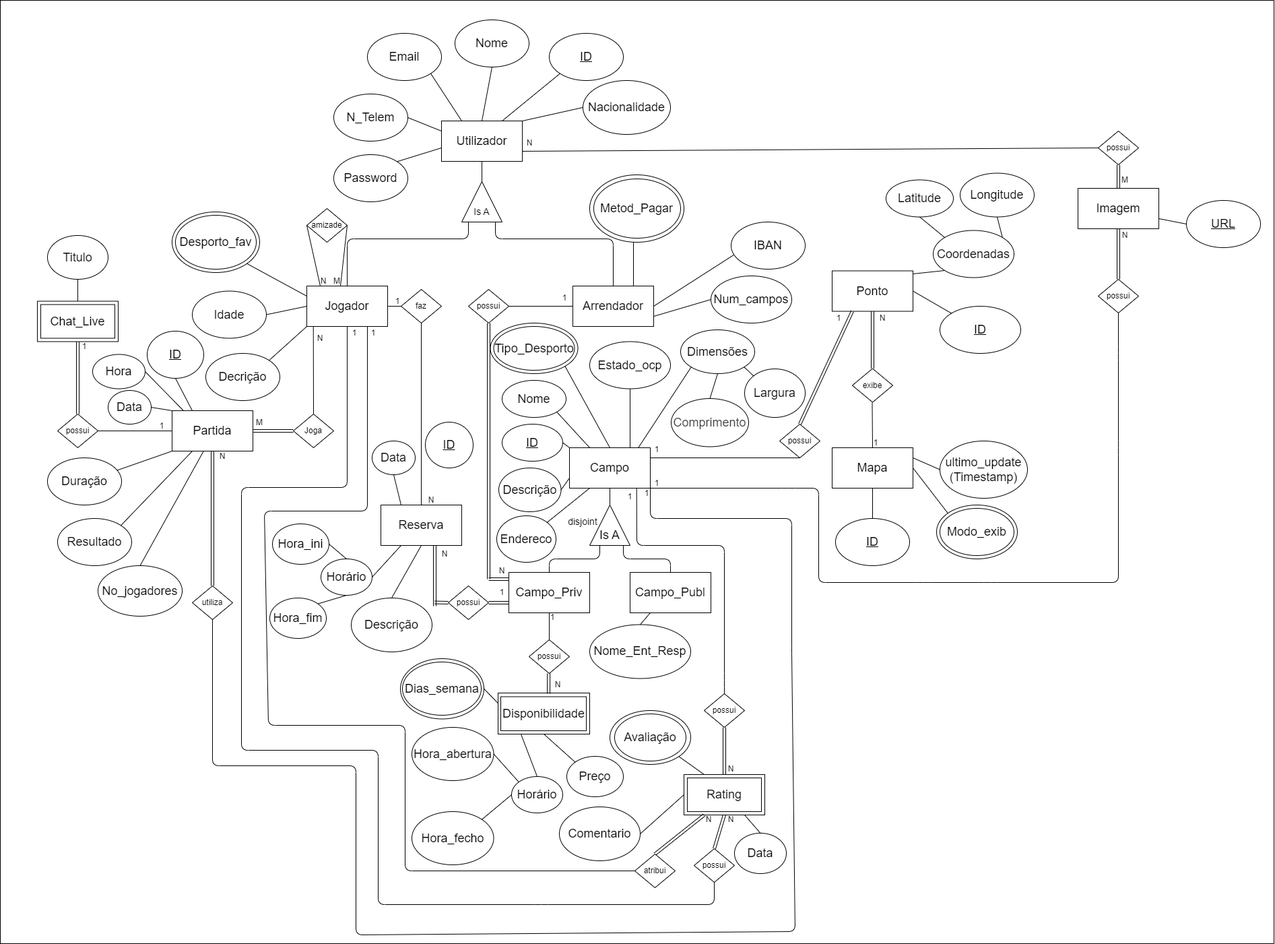
Earlier version of the draw.io export DOC/DER_SL.png (Paul-Y5/Projeto_SPORTSLINK-BD). Source tidied: cells renumbered, new cells last; positions are measured from the earlier drawing's top-left corner, leaving out a move shared by most shapes.
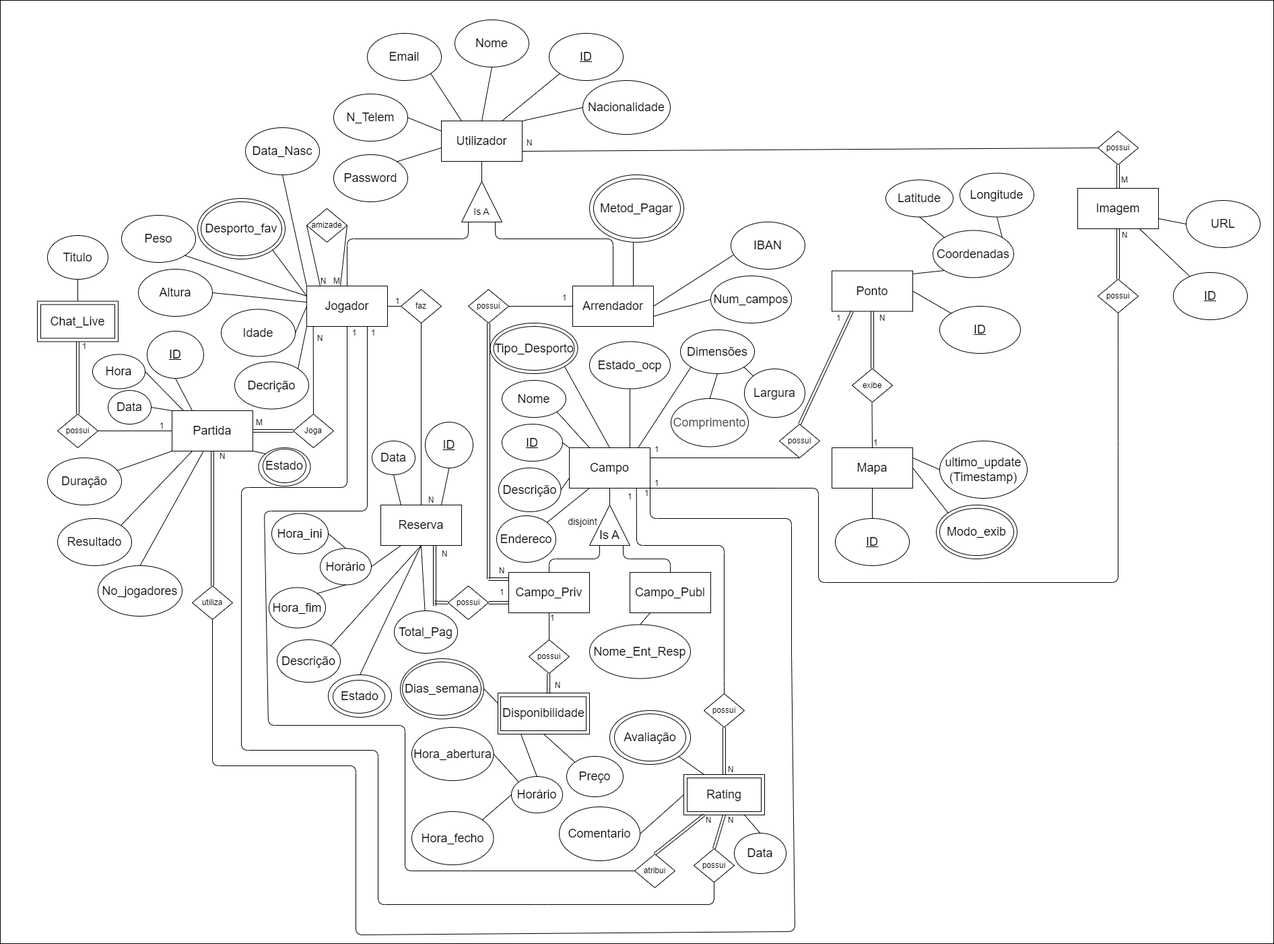
The same file after the commit.

Diff of the diagram source:
```diff
@@ -72,19 +72,19 @@
       <mxGeometry x="865" y="119" width="130" height="80" as="geometry" />
     </mxCell>
     <mxCell id="21" value="&lt;span style=&quot;font-size: 18px;&quot;&gt;Desporto_fav&lt;/span&gt;" style="ellipse;whiteSpace=wrap;html=1;" parent="1" vertex="1">
-      <mxGeometry x="255" y="314" width="130" height="90" as="geometry" />
+      <mxGeometry x="293" y="294" width="130" height="90" as="geometry" />
     </mxCell>
     <mxCell id="22" value="&lt;span style=&quot;font-size: 18px;&quot;&gt;Idade&lt;/span&gt;" style="ellipse;whiteSpace=wrap;html=1;" parent="1" vertex="1">
-      <mxGeometry x="285" y="431.5" width="110" height="70" as="geometry" />
+      <mxGeometry x="328" y="458.5" width="110" height="70" as="geometry" />
     </mxCell>
     <mxCell id="23" style="endArrow=none;html=1;exitX=1;exitY=0;exitDx=0;exitDy=0;entryX=0;entryY=0.5;entryDx=0;entryDy=0;" parent="1" edge="1" source="3" target="20">
       <mxGeometry relative="1" as="geometry" />
     </mxCell>
     <mxCell id="24" style="ellipse;whiteSpace=wrap;html=1;fillColor=none;" parent="1" vertex="1">
-      <mxGeometry x="260" y="319" width="120" height="80" as="geometry" />
+      <mxGeometry x="298" y="299" width="120" height="80" as="geometry" />
     </mxCell>
     <mxCell id="25" value="&lt;span style=&quot;font-size: 18px;&quot;&gt;Decrição&lt;/span&gt;" style="ellipse;whiteSpace=wrap;html=1;" parent="1" vertex="1">
-      <mxGeometry x="305" y="524" width="110" height="70" as="geometry" />
+      <mxGeometry x="348" y="536.5" width="110" height="70" as="geometry" />
     </mxCell>
     <mxCell id="26" style="endArrow=none;html=1;entryX=0;entryY=1;entryDx=0;entryDy=0;exitX=1;exitY=0;exitDx=0;exitDy=0;" parent="1" edge="1" source="25" target="16">
       <mxGeometry relative="1" as="geometry" />
@@ -317,9 +317,9 @@
       <mxGeometry relative="1" as="geometry" />
     </mxCell>
     <mxCell id="93" value="&lt;font style=&quot;font-size: 18px;&quot;&gt;Descrição&lt;/font&gt;" style="ellipse;whiteSpace=wrap;html=1;" parent="1" vertex="1">
-      <mxGeometry x="521" y="887" width="120" height="80" as="geometry" />
+      <mxGeometry x="411" y="949" width="94" height="63" as="geometry" />
     </mxCell>
-    <mxCell id="94" style="endArrow=none;html=1;entryX=0.5;entryY=1;entryDx=0;entryDy=0;exitX=0.5;exitY=0;exitDx=0;exitDy=0;" parent="1" edge="1" source="93" target="86">
+    <mxCell id="94" style="endArrow=none;html=1;entryX=0.5;entryY=1;entryDx=0;entryDy=0;exitX=1;exitY=0;exitDx=0;exitDy=0;" parent="1" edge="1" source="93" target="86">
       <mxGeometry relative="1" as="geometry" />
     </mxCell>
     <mxCell id="95" value="&lt;font style=&quot;font-size: 18px;&quot;&gt;&lt;u&gt;ID&lt;/u&gt;&lt;/font&gt;" style="ellipse;whiteSpace=wrap;html=1;direction=south;" parent="1" vertex="1">
@@ -535,7 +535,7 @@
     <mxCell id="153" value="&lt;font style=&quot;font-size: 14px;&quot;&gt;disjoint&lt;/font&gt;" style="text;strokeColor=none;align=center;fillColor=none;html=1;verticalAlign=middle;whiteSpace=wrap;rounded=0;" parent="1" vertex="1">
       <mxGeometry x="835" y="759" width="60" height="30" as="geometry" />
     </mxCell>
-    <mxCell id="154" value="&lt;span style=&quot;font-size: 18px;&quot;&gt;&lt;u&gt;URL&lt;/u&gt;&lt;/span&gt;" style="ellipse;whiteSpace=wrap;html=1;" parent="1" vertex="1">
+    <mxCell id="154" value="&lt;span style=&quot;font-size: 18px;&quot;&gt;URL&lt;/span&gt;" style="ellipse;whiteSpace=wrap;html=1;" parent="1" vertex="1">
       <mxGeometry x="1761" y="297" width="110" height="70" as="geometry" />
     </mxCell>
     <mxCell id="155" style="endArrow=none;html=1;exitX=1;exitY=0;exitDx=0;exitDy=0;entryX=0;entryY=1;entryDx=0;entryDy=0;" parent="1" edge="1" target="162">
@@ -696,10 +696,10 @@
       <mxGeometry x="594" y="977" width="124" height="89.5" as="geometry" />
     </mxCell>
     <mxCell id="200" value="&lt;span style=&quot;font-size: 18px;&quot;&gt;Hora_ini&lt;/span&gt;" style="ellipse;whiteSpace=wrap;html=1;" parent="1" vertex="1">
-      <mxGeometry x="404" y="777" width="84" height="60" as="geometry" />
+      <mxGeometry x="403" y="761.5" width="84" height="60" as="geometry" />
     </mxCell>
     <mxCell id="201" value="&lt;span style=&quot;font-size: 18px;&quot;&gt;Hora_fim&lt;/span&gt;" style="ellipse;whiteSpace=wrap;html=1;" parent="1" vertex="1">
-      <mxGeometry x="400" y="887" width="84" height="60" as="geometry" />
+      <mxGeometry x="399" y="871.5" width="84" height="60" as="geometry" />
     </mxCell>
     <mxCell id="202" style="endArrow=none;html=1;exitX=1;exitY=0.5;exitDx=0;exitDy=0;entryX=0;entryY=0.25;entryDx=0;entryDy=0;" parent="1" edge="1" source="199" target="53">
       <mxGeometry relative="1" as="geometry" />
@@ -717,7 +717,7 @@
       <mxGeometry relative="1" as="geometry" />
     </mxCell>
     <mxCell id="207" value="&lt;span style=&quot;font-size: 18px;&quot;&gt;Horário&lt;/span&gt;" style="ellipse;whiteSpace=wrap;html=1;" parent="1" vertex="1">
-      <mxGeometry x="476" y="829" width="76" height="54" as="geometry" />
+      <mxGeometry x="475" y="813.5" width="76" height="54" as="geometry" />
     </mxCell>
     <mxCell id="208" style="endArrow=none;html=1;entryX=0.5;entryY=0;entryDx=0;entryDy=0;exitX=1;exitY=0.5;exitDx=0;exitDy=0;" parent="1" edge="1" source="200" target="207">
       <mxGeometry relative="1" as="geometry" />
@@ -740,5 +740,56 @@
     <mxCell id="214" style="endArrow=none;html=1;exitX=0.5;exitY=0;exitDx=0;exitDy=0;entryX=0.25;entryY=1;entryDx=0;entryDy=0;" parent="1" edge="1" source="213" target="53">
       <mxGeometry relative="1" as="geometry" />
     </mxCell>
+    <mxCell id="215" value="&lt;span style=&quot;font-size: 18px;&quot;&gt;Data_Nasc&lt;/span&gt;" style="ellipse;whiteSpace=wrap;html=1;" parent="1" vertex="1">
+      <mxGeometry x="364" y="189" width="110" height="70" as="geometry" />
+    </mxCell>
+    <mxCell id="216" style="endArrow=none;html=1;exitX=0;exitY=0;exitDx=0;exitDy=0;entryX=0.5;entryY=1;entryDx=0;entryDy=0;" parent="1" edge="1" source="16" target="215">
+      <mxGeometry relative="1" as="geometry" />
+    </mxCell>
+    <mxCell id="217" value="&lt;span style=&quot;font-size: 18px;&quot;&gt;Peso&lt;/span&gt;" style="ellipse;whiteSpace=wrap;html=1;" parent="1" vertex="1">
+      <mxGeometry x="180" y="319" width="110" height="70" as="geometry" />
+    </mxCell>
+    <mxCell id="218" value="&lt;span style=&quot;font-size: 18px;&quot;&gt;Altura&lt;/span&gt;" style="ellipse;whiteSpace=wrap;html=1;" parent="1" vertex="1">
+      <mxGeometry x="205" y="399" width="110" height="70" as="geometry" />
+    </mxCell>
+    <mxCell id="219" style="endArrow=none;html=1;entryX=1;entryY=1;entryDx=0;entryDy=0;exitX=0;exitY=0.25;exitDx=0;exitDy=0;" parent="1" edge="1" source="16" target="217">
+      <mxGeometry relative="1" as="geometry" />
+    </mxCell>
+    <mxCell id="220" style="endArrow=none;html=1;entryX=1;entryY=0.5;entryDx=0;entryDy=0;" parent="1" edge="1" source="16" target="218">
+      <mxGeometry relative="1" as="geometry" />
+    </mxCell>
+    <mxCell id="221" value="&lt;span style=&quot;font-size: 18px;&quot;&gt;&lt;u&gt;ID&lt;/u&gt;&lt;/span&gt;" style="ellipse;whiteSpace=wrap;html=1;" parent="1" vertex="1">
+      <mxGeometry x="1742" y="404" width="110" height="70" as="geometry" />
+    </mxCell>
+    <mxCell id="222" style="endArrow=none;html=1;" parent="1" edge="1" source="75" target="221">
+      <mxGeometry relative="1" as="geometry" />
+    </mxCell>
+    <mxCell id="223" value="&lt;font style=&quot;font-size: 18px;&quot;&gt;Total_Pag&lt;/font&gt;" style="ellipse;whiteSpace=wrap;html=1;" parent="1" vertex="1">
+      <mxGeometry x="585" y="906" width="94" height="63" as="geometry" />
+    </mxCell>
+    <mxCell id="224" style="endArrow=none;html=1;entryX=0.5;entryY=1;entryDx=0;entryDy=0;" parent="1" edge="1" source="223" target="86">
+      <mxGeometry relative="1" as="geometry" />
+    </mxCell>
+    <mxCell id="225" value="&lt;font style=&quot;font-size: 18px;&quot;&gt;Estado&lt;/font&gt;" style="ellipse;whiteSpace=wrap;html=1;" parent="1" vertex="1">
+      <mxGeometry x="487" y="1001" width="94" height="63" as="geometry" />
+    </mxCell>
+    <mxCell id="226" style="endArrow=none;html=1;entryX=0.5;entryY=1;entryDx=0;entryDy=0;exitX=0.5;exitY=0;exitDx=0;exitDy=0;" parent="1" edge="1" source="225" target="86">
+      <mxGeometry relative="1" as="geometry" />
+    </mxCell>
+    <mxCell id="227" value="&lt;span style=&quot;font-size: 18px;&quot;&gt;Estado&lt;/span&gt;" style="ellipse;whiteSpace=wrap;html=1;" parent="1" vertex="1">
+      <mxGeometry x="390" y="666" width="64" height="50" as="geometry" />
+    </mxCell>
+    <mxCell id="228" style="endArrow=none;html=1;exitX=1;exitY=1;exitDx=0;exitDy=0;entryX=0;entryY=0;entryDx=0;entryDy=0;" parent="1" edge="1" source="84" target="231">
+      <mxGeometry relative="1" as="geometry" />
+    </mxCell>
+    <mxCell id="229" style="endArrow=none;html=1;entryX=0.75;entryY=0;entryDx=0;entryDy=0;exitX=1;exitY=0.5;exitDx=0;exitDy=0;" parent="1" edge="1" source="95" target="86">
+      <mxGeometry relative="1" as="geometry" />
+    </mxCell>
+    <mxCell id="230" style="ellipse;whiteSpace=wrap;html=1;fillColor=none;" parent="1" vertex="1">
+      <mxGeometry x="494" y="1009" width="77" height="49" as="geometry" />
+    </mxCell>
+    <mxCell id="231" style="ellipse;whiteSpace=wrap;html=1;fillColor=none;" parent="1" vertex="1">
+      <mxGeometry x="383.5" y="664" width="77" height="57" as="geometry" />
+    </mxCell>
   </root>
 </mxGraphModel>
```
